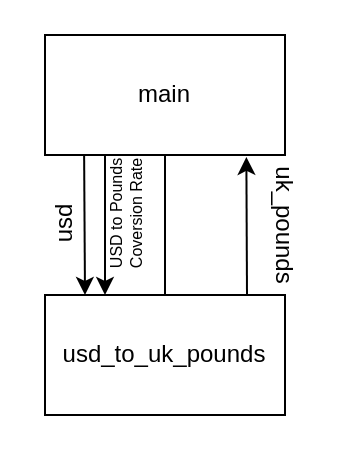
The draw.io diagram Untitled Diagram.drawio in rkarumba/rkarumba, before the edit. Source tidied: cells renumbered, new cells numbered last; positions are measured from the earlier drawing's top-left corner, leaving out a move shared by most shapes. Both pictures are drawn from the tidied source at 200%, with x=0, y=0 at pixel (24, 34).
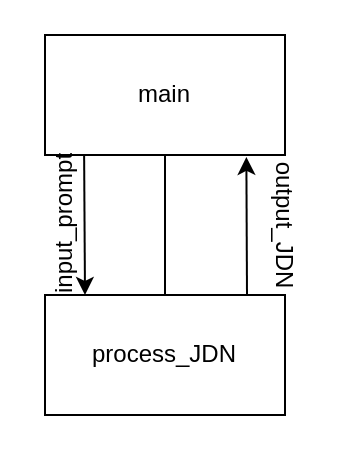
Above is the later version.

Diff of the diagram source:
```diff
@@
 <mxGraphModel>
   <root>
     <mxCell id="0" />
     <mxCell id="1" parent="0" />
-    <mxCell id="2" value="usd_to_uk_pounds" style="rounded=0;whiteSpace=wrap;html=1;" parent="1" vertex="1">
+    <mxCell id="2" value="process_JDN" style="rounded=0;whiteSpace=wrap;html=1;" parent="1" vertex="1">
       <mxGeometry x="10" y="130" width="120" height="60" as="geometry" />
     </mxCell>
     <mxCell id="3" value="main" style="rounded=0;whiteSpace=wrap;html=1;" parent="1" vertex="1">
       <mxGeometry x="10" width="120" height="60" as="geometry" />
     </mxCell>
     <mxCell id="4" style="endArrow=classic;html=1;rounded=0;exitX=0.163;exitY=0.994;exitDx=0;exitDy=0;exitPerimeter=0;" parent="1" edge="1" source="3">
       <mxGeometry relative="1" as="geometry">
         <mxPoint x="30" y="130" as="targetPoint" />
       </mxGeometry>
     </mxCell>
-    <mxCell id="5" value="usd" style="text;html=1;align=center;verticalAlign=middle;strokeColor=none;fillColor=none;rotation=-90;" parent="1" vertex="1">
-      <mxGeometry y="80" width="40" height="30" as="geometry" />
+    <mxCell id="5" value="input_prompt" style="text;html=1;align=center;verticalAlign=middle;strokeColor=none;fillColor=none;rotation=-90;" parent="1" vertex="1">
+      <mxGeometry x="-25" y="80" width="90" height="30" as="geometry" />
     </mxCell>
     <mxCell id="6" style="endArrow=none;html=1;rounded=0;entryX=0.5;entryY=1;entryDx=0;entryDy=0;exitX=0.5;exitY=0;exitDx=0;exitDy=0;" parent="1" edge="1" source="2" target="3">
       <mxGeometry relative="1" as="geometry" />
     </mxCell>
     <mxCell id="7" style="endArrow=classic;html=1;rounded=0;entryX=0.839;entryY=1.016;entryDx=0;entryDy=0;entryPerimeter=0;" parent="1" edge="1" target="3">
       <mxGeometry relative="1" as="geometry">
         <mxPoint x="111" y="130" as="sourcePoint" />
       </mxGeometry>
     </mxCell>
-    <mxCell id="8" value="uk_pounds" style="text;html=1;align=center;verticalAlign=middle;strokeColor=none;fillColor=none;rotation=90;" parent="1" vertex="1">
-      <mxGeometry x="90" y="80" width="80" height="30" as="geometry" />
+    <mxCell id="8" value="output_JDN" style="text;html=1;align=center;verticalAlign=middle;strokeColor=none;fillColor=none;rotation=90;" parent="1" vertex="1">
+      <mxGeometry x="85" y="80" width="90" height="30" as="geometry" />
     </mxCell>
-    <mxCell id="9" style="endArrow=classic;html=1;rounded=0;entryX=0.25;entryY=0;entryDx=0;entryDy=0;exitX=0.25;exitY=1;exitDx=0;exitDy=0;" parent="1" edge="1" source="3" target="2">
-      <mxGeometry relative="1" as="geometry" />
-    </mxCell>
-    <mxCell id="10" value="USD to Pounds &lt;br&gt;Coversion Rate" style="edgeLabel;html=1;align=center;verticalAlign=middle;fontSize=8;rotation=-90;" parent="9" vertex="1">
-      <mxGeometry x="0.3" y="2" relative="1" as="geometry">
-        <mxPoint x="8" y="-15" as="offset" />
-      </mxGeometry>
-    </mxCell>
   </root>
 </mxGraphModel>
```
